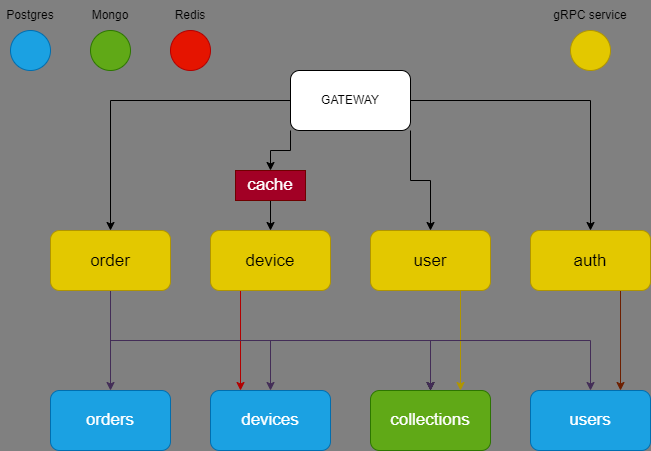
Above: docs/schema.png in alserov/device-shop (draw.io), before the change. Source tidied: cells renumbered, new cells last; positions are measured from the earlier drawing's top-left corner, leaving out a move shared by most shapes.
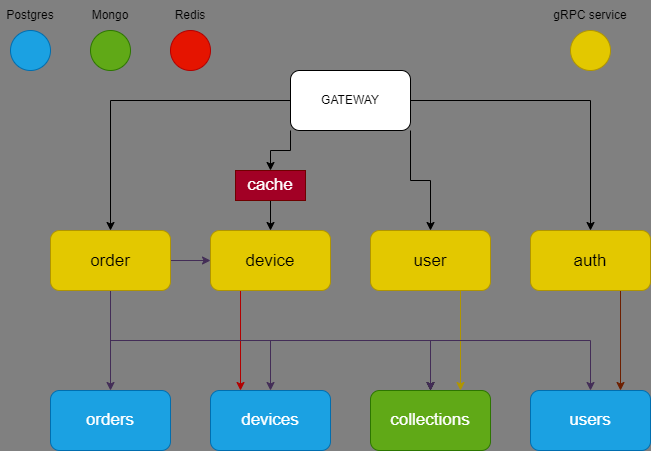
After the change.

The edit, as a diff of the source:
```diff
@@ -74,6 +74,9 @@
     <mxCell id="25" style="edgeStyle=orthogonalEdgeStyle;rounded=0;jettySize=auto;html=1;exitX=0.5;exitY=1;exitDx=0;exitDy=0;entryX=0.5;entryY=0;entryDx=0;entryDy=0;fontSize=17;fillColor=#76608a;strokeColor=#432D57;" parent="1" edge="1" source="26" target="30">
       <mxGeometry relative="1" as="geometry" />
     </mxCell>
+    <mxCell id="33" style="edgeStyle=orthogonalEdgeStyle;rounded=0;jettySize=auto;html=1;exitX=1;exitY=0.5;exitDx=0;exitDy=0;entryX=0;entryY=0.5;entryDx=0;entryDy=0;fillColor=#647687;strokeColor=#432D57;" parent="1" edge="1" source="26" target="20">
+      <mxGeometry relative="1" as="geometry" />
+    </mxCell>
     <mxCell id="26" value="&lt;h2&gt;&lt;span style=&quot;font-weight: normal;&quot;&gt;&lt;font style=&quot;font-size: 17px;&quot;&gt;order&lt;/font&gt;&lt;/span&gt;&lt;/h2&gt;" style="rounded=1;whiteSpace=wrap;html=1;fillColor=#e3c800;fontColor=#000000;strokeColor=#B09500;align=center;" parent="1" vertex="1">
       <mxGeometry x="50" y="230" width="120" height="60" as="geometry" />
     </mxCell>
```
